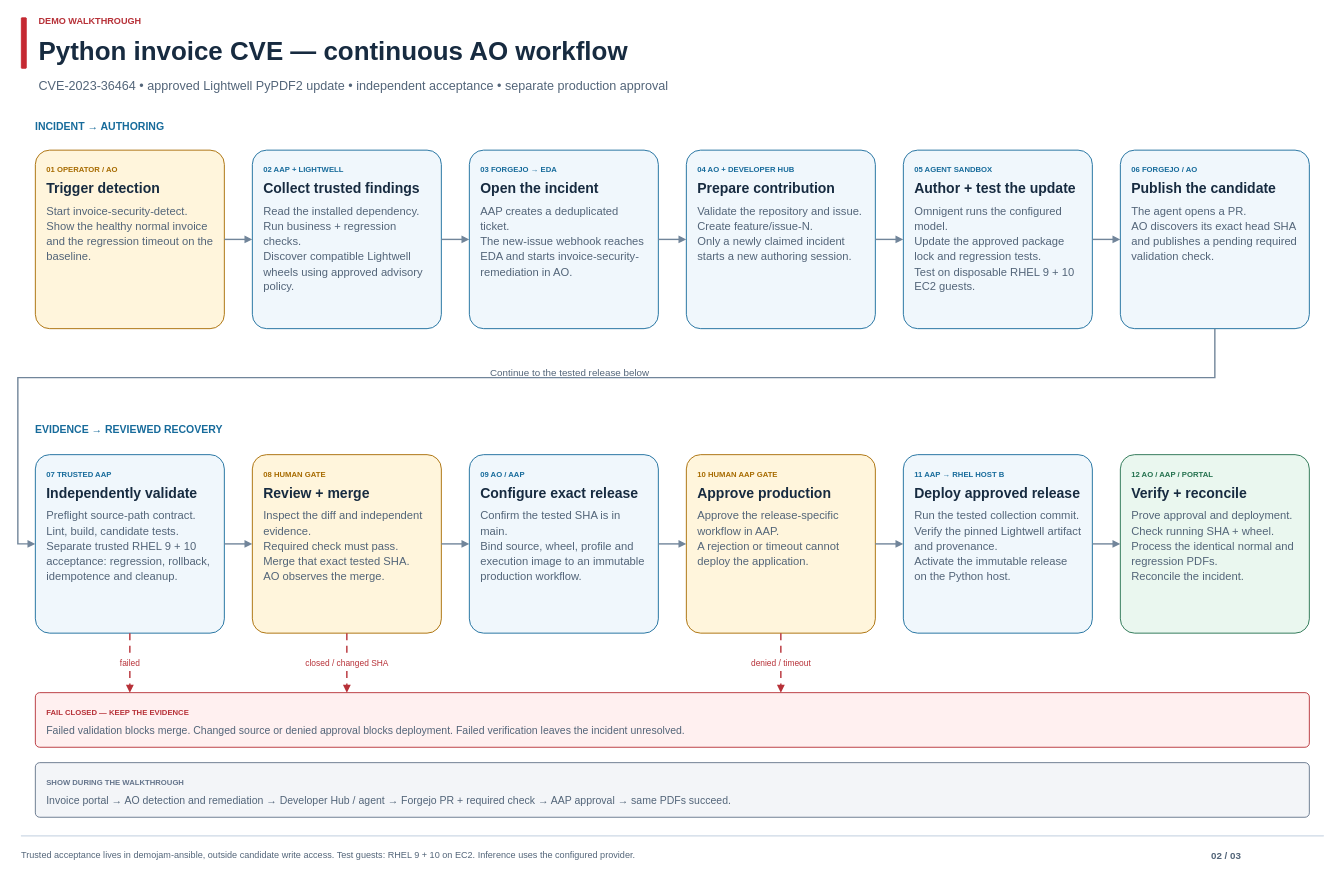
aiops-ansible-software-factory-demojam/openshift-gitops keeps this draw.io diagram as page "02 Python CVE" (2 of 3) of docs/diagrams/demo-workflow.drawio. Above is the earlier version. Source tidied: cells renumbered, new cells numbered last; positions are measured from the earlier drawing's top-left corner, leaving out a move shared by most shapes. Both pictures are drawn from the tidied source at 70%, with x=0, y=0 at pixel (18, 12).
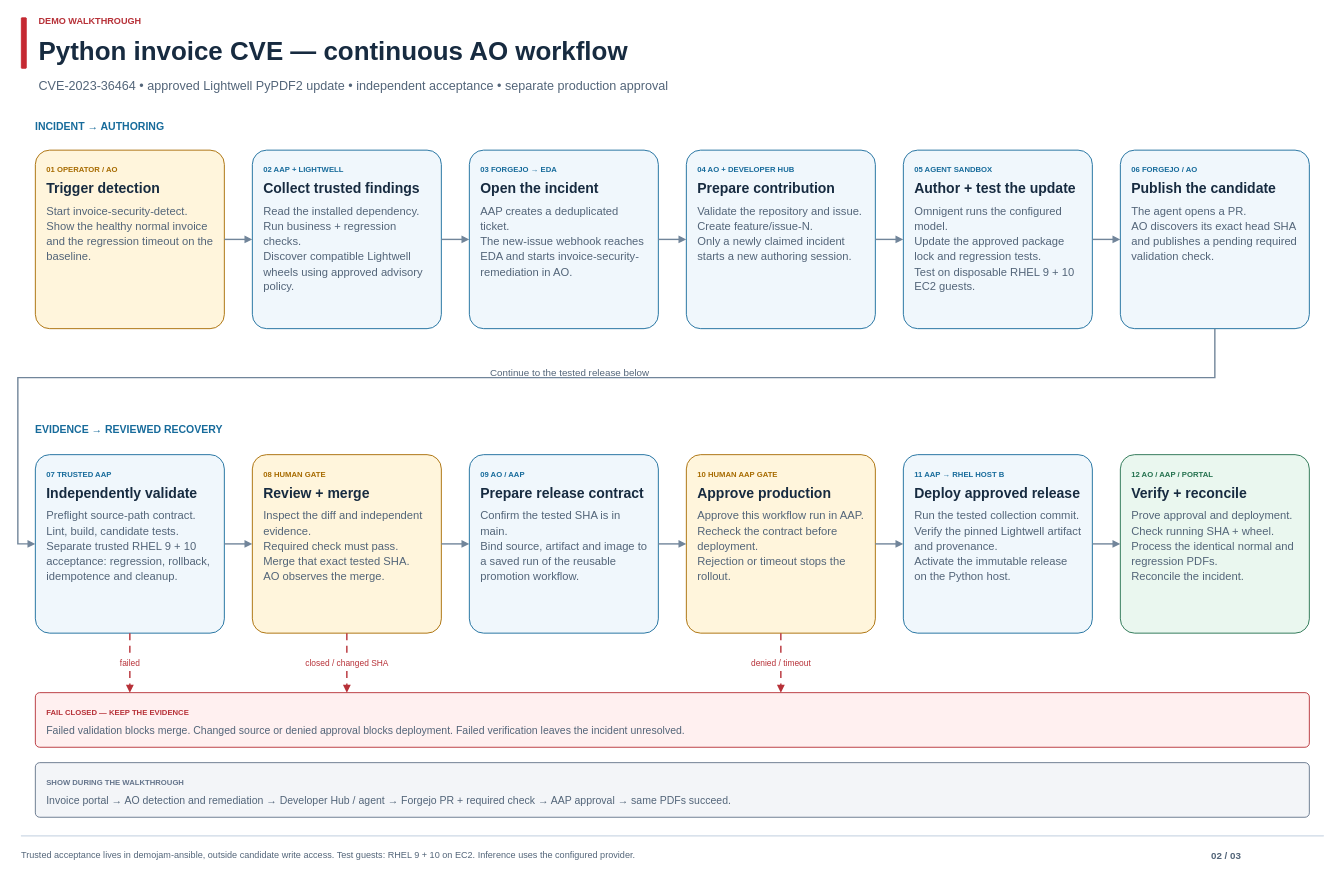
After the change.

Commit message (it also covers changes not shown here):
Launch reusable invoice promotion with exact tested release contract

The edit, as a diff of the source:
```diff
@@
-    <mxCell id="16" value="&lt;div style=&quot;font-family:Arial;text-align:left&quot;&gt;&lt;div style=&quot;font-size:11px;font-weight:700;color:#176B9B;line-height:1.3&quot;&gt;09  AO / AAP&lt;/div&gt;&lt;div style=&quot;font-size:20px;font-weight:700;line-height:1.15;margin-top:9px;color:#172B40&quot;&gt;Configure exact release&lt;/div&gt;&lt;div style=&quot;font-size:16px;line-height:1.35;margin-top:10px;color:#536579&quot;&gt;Confirm the tested SHA is in main.&lt;br&gt;Bind source, wheel, profile and execution image to an immutable production workflow.&lt;/div&gt;&lt;/div&gt;" style="rounded=1;arcSize=8;whiteSpace=wrap;html=1;fillColor=#F0F7FC;strokeColor=#176B9B;strokeWidth=1.3;align=left;verticalAlign=top;spacing=16;fontFamily=Arial;" parent="1" vertex="1">
+    <mxCell id="16" value="&lt;div style=&quot;font-family:Arial;text-align:left&quot;&gt;&lt;div style=&quot;font-size:11px;font-weight:700;color:#176B9B;line-height:1.3&quot;&gt;09  AO / AAP&lt;/div&gt;&lt;div style=&quot;font-size:20px;font-weight:700;line-height:1.15;margin-top:9px;color:#172B40&quot;&gt;Prepare release contract&lt;/div&gt;&lt;div style=&quot;font-size:16px;line-height:1.35;margin-top:10px;color:#536579&quot;&gt;Confirm the tested SHA is in main.&lt;br&gt;Bind source, artifact and image to a saved run of the reusable promotion workflow.&lt;/div&gt;&lt;/div&gt;" style="rounded=1;arcSize=8;whiteSpace=wrap;html=1;fillColor=#F0F7FC;strokeColor=#176B9B;strokeWidth=1.3;align=left;verticalAlign=top;spacing=16;fontFamily=Arial;" parent="1" vertex="1">
       <mxGeometry x="645" y="632" width="270" height="255" as="geometry" />
     </mxCell>
-    <mxCell id="17" value="&lt;div style=&quot;font-family:Arial;text-align:left&quot;&gt;&lt;div style=&quot;font-size:11px;font-weight:700;color:#A76B00;line-height:1.3&quot;&gt;10  HUMAN AAP GATE&lt;/div&gt;&lt;div style=&quot;font-size:20px;font-weight:700;line-height:1.15;margin-top:9px;color:#172B40&quot;&gt;Approve production&lt;/div&gt;&lt;div style=&quot;font-size:16px;line-height:1.35;margin-top:10px;color:#536579&quot;&gt;Approve the release-specific workflow in AAP.&lt;br&gt;A rejection or timeout cannot deploy the application.&lt;/div&gt;&lt;/div&gt;" style="rounded=1;arcSize=8;whiteSpace=wrap;html=1;fillColor=#FFF5DC;strokeColor=#A76B00;strokeWidth=1.3;align=left;verticalAlign=top;spacing=16;fontFamily=Arial;" parent="1" vertex="1">
+    <mxCell id="17" value="&lt;div style=&quot;font-family:Arial;text-align:left&quot;&gt;&lt;div style=&quot;font-size:11px;font-weight:700;color:#A76B00;line-height:1.3&quot;&gt;10  HUMAN AAP GATE&lt;/div&gt;&lt;div style=&quot;font-size:20px;font-weight:700;line-height:1.15;margin-top:9px;color:#172B40&quot;&gt;Approve production&lt;/div&gt;&lt;div style=&quot;font-size:16px;line-height:1.35;margin-top:10px;color:#536579&quot;&gt;Approve this workflow run in AAP.&lt;br&gt;Recheck the contract before deployment.&lt;br&gt;Rejection or timeout stops the rollout.&lt;/div&gt;&lt;/div&gt;" style="rounded=1;arcSize=8;whiteSpace=wrap;html=1;fillColor=#FFF5DC;strokeColor=#A76B00;strokeWidth=1.3;align=left;verticalAlign=top;spacing=16;fontFamily=Arial;" parent="1" vertex="1">
       <mxGeometry x="955" y="632" width="270" height="255" as="geometry" />
     </mxCell>
```
